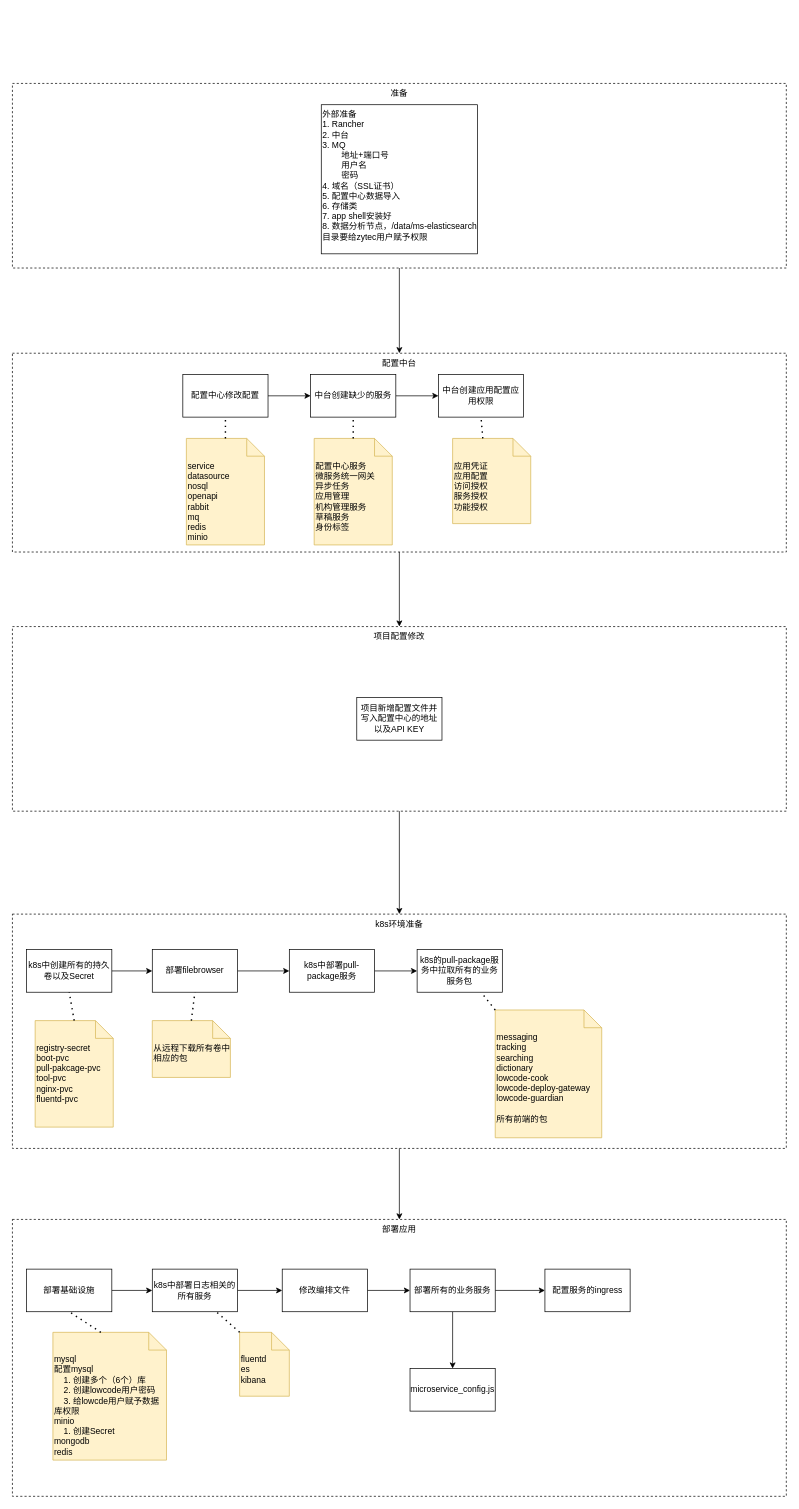
ProgrammerLZ/drawio keeps this draw.io diagram as 部署流程.drawio. Above is the earlier version. Source tidied: cells renumbered, new cells numbered last; positions are measured from the earlier drawing's top-left corner, leaving out a move shared by most shapes. Both pictures are drawn from the tidied source at 71%, with x=0, y=0 at pixel (12, 83).
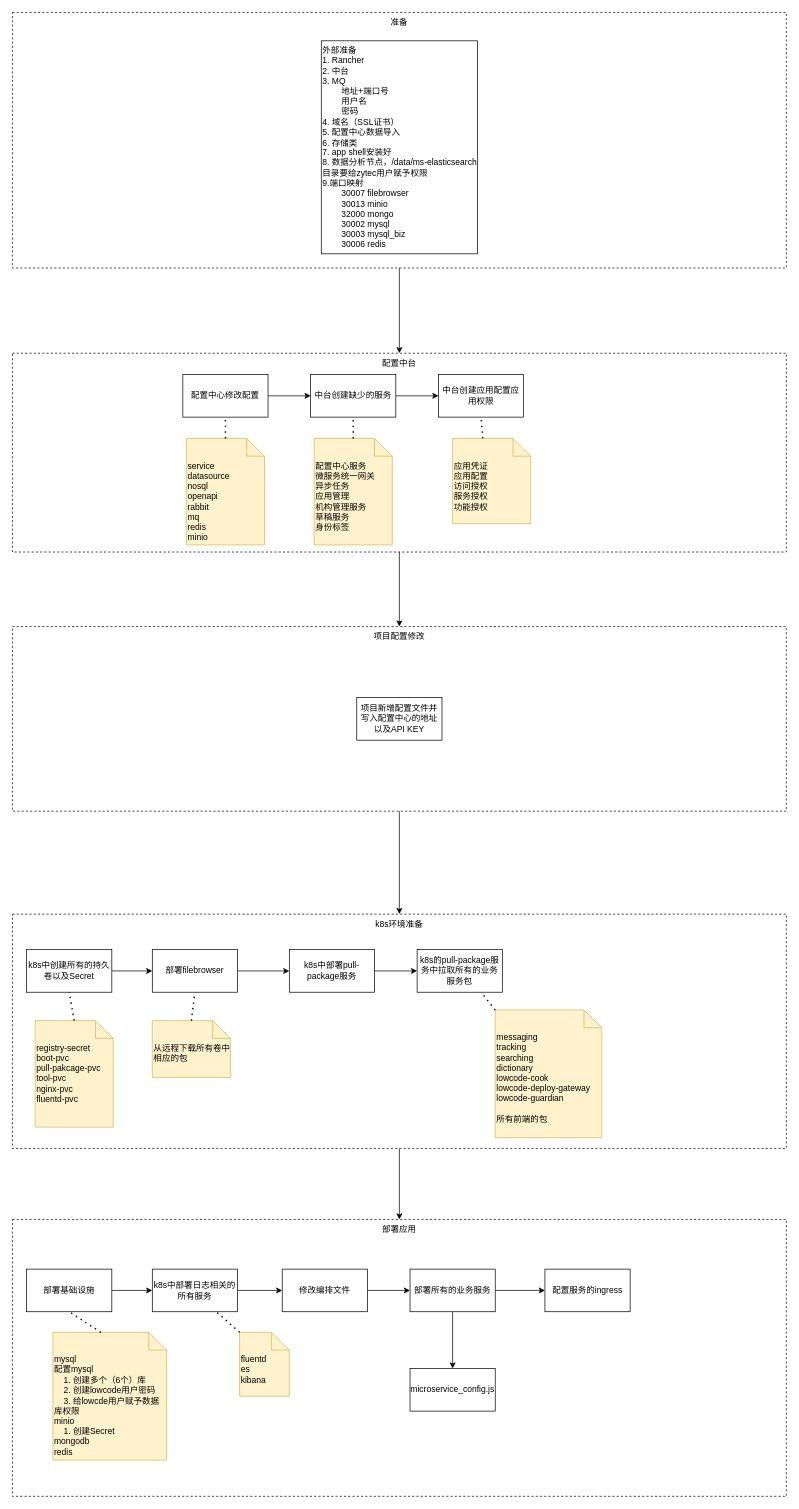
The same page after the edit.

Commit message:
更新部署流程.drawio

Change to the diagram source:
```diff
@@
     <mxCell id="4" value="准备" style="rounded=0;whiteSpace=wrap;html=1;align=center;verticalAlign=top;fontFamily=Helvetica;fontSize=12;fontColor=default;fillColor=none;gradientColor=none;dashed=1;" parent="1" vertex="1">
-      <mxGeometry width="1090" height="260" as="geometry" />
+      <mxGeometry y="-100" width="1090" height="360" as="geometry" />
     </mxCell>
@@
-    <mxCell id="14" value="外部准备&lt;div&gt;1. Rancher&lt;/div&gt;&lt;div&gt;2. 中台&lt;/div&gt;&lt;div&gt;3. MQ&lt;/div&gt;&lt;div&gt;&lt;span style=&quot;white-space: pre;&quot;&gt;&#9;&lt;/span&gt;地址+端口号&lt;br&gt;&lt;/div&gt;&lt;div&gt;&lt;span style=&quot;white-space: pre;&quot;&gt;&#9;&lt;/span&gt;用户名&lt;br&gt;&lt;/div&gt;&lt;div&gt;&lt;span style=&quot;white-space: pre;&quot;&gt;&#9;&lt;/span&gt;密码&lt;/div&gt;&lt;div&gt;4. 域名（SSL证书）&lt;/div&gt;&lt;div&gt;5. 配置中心数据导入&lt;/div&gt;&lt;div&gt;6. 存储类&lt;/div&gt;&lt;div&gt;7. app shell安装好&lt;/div&gt;&lt;div&gt;8. 数据分析节点，/data/ms-elasticsearch目录要给zytec用户赋予权限&lt;/div&gt;" style="text;html=1;align=left;verticalAlign=top;whiteSpace=wrap;rounded=0;strokeColor=default;" parent="1" vertex="1">
-      <mxGeometry x="435" y="30" width="220" height="210" as="geometry" />
+    <mxCell id="14" value="外部准备&lt;div&gt;1. Rancher&lt;/div&gt;&lt;div&gt;2. 中台&lt;/div&gt;&lt;div&gt;3. MQ&lt;/div&gt;&lt;div&gt;&lt;span style=&quot;white-space: pre;&quot;&gt;&#9;&lt;/span&gt;地址+端口号&lt;br&gt;&lt;/div&gt;&lt;div&gt;&lt;span style=&quot;white-space: pre;&quot;&gt;&#9;&lt;/span&gt;用户名&lt;br&gt;&lt;/div&gt;&lt;div&gt;&lt;span style=&quot;white-space: pre;&quot;&gt;&#9;&lt;/span&gt;密码&lt;/div&gt;&lt;div&gt;4. 域名（SSL证书）&lt;/div&gt;&lt;div&gt;5. 配置中心数据导入&lt;/div&gt;&lt;div&gt;6. 存储类&lt;/div&gt;&lt;div&gt;7. app shell安装好&lt;/div&gt;&lt;div&gt;8. 数据分析节点，/data/ms-elasticsearch目录要给zytec用户赋予权限&lt;/div&gt;&lt;div&gt;9.端口映射&lt;/div&gt;&lt;div&gt;&lt;span style=&quot;white-space: pre;&quot;&gt;&#9;&lt;/span&gt;30007 filebrowser&lt;/div&gt;&lt;div&gt;&lt;span style=&quot;white-space: pre;&quot;&gt;&#9;&lt;/span&gt;30013 minio&lt;br&gt;&lt;/div&gt;&lt;div&gt;&lt;span style=&quot;white-space: pre;&quot;&gt;&#9;&lt;/span&gt;32000 mongo&lt;br&gt;&lt;/div&gt;&lt;div&gt;&lt;span style=&quot;white-space: pre;&quot;&gt;&#9;&lt;/span&gt;30002 mysql&lt;br&gt;&lt;/div&gt;&lt;div&gt;&lt;span style=&quot;white-space: pre;&quot;&gt;&#9;&lt;/span&gt;30003 mysql_biz&lt;br&gt;&lt;/div&gt;&lt;div&gt;&lt;span style=&quot;white-space: pre;&quot;&gt;&#9;&lt;/span&gt;30006 redis&lt;br&gt;&lt;/div&gt;" style="text;html=1;align=left;verticalAlign=top;whiteSpace=wrap;rounded=0;strokeColor=default;" parent="1" vertex="1">
+      <mxGeometry x="435" y="-60" width="220" height="300" as="geometry" />
     </mxCell>
```
